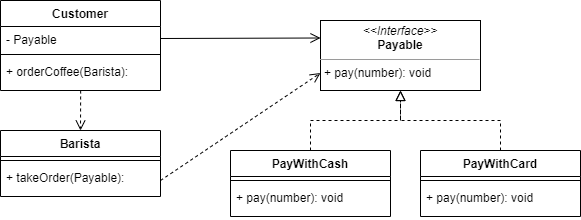
The draw.io diagram assets/step3.drawio.png in kimdev0206/object-oriented-cafe, before a commit. Source tidied: cells renumbered, new cells last; positions are measured from the earlier drawing's top-left corner, leaving out a move shared by most shapes. Source of this version:
```xml
<mxGraphModel>
  <root>
    <mxCell id="0" />
    <mxCell id="1" parent="0" />
    <mxCell id="2" value="Customer" style="swimlane;fontStyle=1;align=center;verticalAlign=top;horizontal=1;startSize=26;" parent="1" vertex="1">
      <mxGeometry width="160" height="90" as="geometry" />
    </mxCell>
    <mxCell id="3" value="- Payable" style="text;strokeColor=none;fillColor=none;align=left;verticalAlign=top;spacingLeft=4;spacingRight=4;overflow=hidden;points=[[0,0.5],[1,0.5]];portConstraint=eastwest;" parent="2" vertex="1">
      <mxGeometry y="26" width="160" height="24" as="geometry" />
    </mxCell>
    <mxCell id="4" style="line;strokeWidth=1;fillColor=none;align=left;verticalAlign=middle;spacingTop=-1;spacingLeft=3;spacingRight=3;labelPosition=right;strokeColor=inherit;" parent="2" vertex="1">
      <mxGeometry y="50" width="160" height="8" as="geometry" />
    </mxCell>
    <mxCell id="5" value="+ orderCoffee(Barista):&#10;" style="text;strokeColor=none;fillColor=none;align=left;verticalAlign=top;spacingLeft=4;spacingRight=4;overflow=hidden;points=[[0,0.5],[1,0.5]];portConstraint=eastwest;" parent="2" vertex="1">
      <mxGeometry y="58" width="160" height="32" as="geometry" />
    </mxCell>
    <mxCell id="6" style="endArrow=block;startArrow=none;endFill=0;startFill=0;endSize=8;html=1;verticalAlign=bottom;labelBackgroundColor=none;exitX=0.5;exitY=0;exitDx=0;exitDy=0;entryX=0.5;entryY=1;entryDx=0;entryDy=0;edgeStyle=orthogonalEdgeStyle;rounded=0;dashed=1;" parent="1" edge="1" source="16" target="15">
      <mxGeometry relative="1" as="geometry" />
    </mxCell>
    <mxCell id="7" value="Barista" style="swimlane;fontStyle=1;align=center;verticalAlign=top;horizontal=1;startSize=26;" parent="1" vertex="1">
      <mxGeometry y="130" width="160" height="66" as="geometry" />
    </mxCell>
    <mxCell id="8" style="line;strokeWidth=1;fillColor=none;align=left;verticalAlign=middle;spacingTop=-1;spacingLeft=3;spacingRight=3;labelPosition=right;strokeColor=inherit;" parent="7" vertex="1">
      <mxGeometry y="26" width="160" height="8" as="geometry" />
    </mxCell>
    <mxCell id="9" value="+ takeOrder(Payable):&#10;" style="text;strokeColor=none;fillColor=none;align=left;verticalAlign=top;spacingLeft=4;spacingRight=4;overflow=hidden;points=[[0,0.5],[1,0.5]];portConstraint=eastwest;" parent="7" vertex="1">
      <mxGeometry y="34" width="160" height="32" as="geometry" />
    </mxCell>
    <mxCell id="10" style="endArrow=block;startArrow=none;endFill=0;startFill=0;endSize=8;html=1;verticalAlign=bottom;labelBackgroundColor=none;entryX=0.5;entryY=1;entryDx=0;entryDy=0;edgeStyle=orthogonalEdgeStyle;rounded=0;dashed=1;exitX=0.5;exitY=0;exitDx=0;exitDy=0;" parent="1" edge="1" source="12" target="15">
      <mxGeometry relative="1" as="geometry" />
    </mxCell>
    <mxCell id="11" style="endArrow=open;startArrow=none;endFill=0;startFill=0;endSize=8;html=1;verticalAlign=bottom;labelBackgroundColor=none;entryX=0.5;entryY=0;entryDx=0;entryDy=0;rounded=0;dashed=1;exitX=0.501;exitY=1;exitDx=0;exitDy=0;exitPerimeter=0;" parent="1" edge="1" source="5" target="7">
      <mxGeometry relative="1" as="geometry" />
    </mxCell>
    <mxCell id="12" value="PayWithCash" style="swimlane;fontStyle=1;align=center;verticalAlign=top;horizontal=1;startSize=26;" parent="1" vertex="1">
      <mxGeometry x="230" y="150" width="160" height="66" as="geometry" />
    </mxCell>
    <mxCell id="13" style="line;strokeWidth=1;fillColor=none;align=left;verticalAlign=middle;spacingTop=-1;spacingLeft=3;spacingRight=3;labelPosition=right;strokeColor=inherit;" parent="12" vertex="1">
      <mxGeometry y="26" width="160" height="8" as="geometry" />
    </mxCell>
    <mxCell id="14" value="+ pay(number): void&#10;" style="text;strokeColor=none;fillColor=none;align=left;verticalAlign=top;spacingLeft=4;spacingRight=4;overflow=hidden;" parent="12" vertex="1">
      <mxGeometry y="34" width="160" height="32" as="geometry" />
    </mxCell>
    <mxCell id="15" value="&lt;p style=&quot;margin:0px;margin-top:4px;text-align:center;&quot;&gt;&lt;i&gt;&amp;lt;&amp;lt;Interface&amp;gt;&amp;gt;&lt;/i&gt;&lt;br&gt;&lt;b&gt;Payable&lt;/b&gt;&lt;/p&gt;&lt;hr size=&quot;1&quot;&gt;&lt;p style=&quot;margin:0px;margin-left:4px;&quot;&gt;&lt;span style=&quot;background-color: initial;&quot;&gt;+ pay(number): void&lt;/span&gt;&lt;/p&gt;" style="verticalAlign=top;align=left;overflow=fill;fontSize=12;fontFamily=Helvetica;html=1;" parent="1" vertex="1">
      <mxGeometry x="320" y="20" width="160" height="70" as="geometry" />
    </mxCell>
    <mxCell id="16" value="PayWithCard&#10;" style="swimlane;fontStyle=1;align=center;verticalAlign=top;horizontal=1;startSize=26;" parent="1" vertex="1">
      <mxGeometry x="420" y="150" width="160" height="66" as="geometry" />
    </mxCell>
    <mxCell id="17" style="line;strokeWidth=1;fillColor=none;align=left;verticalAlign=middle;spacingTop=-1;spacingLeft=3;spacingRight=3;labelPosition=right;strokeColor=inherit;" parent="16" vertex="1">
      <mxGeometry y="26" width="160" height="8" as="geometry" />
    </mxCell>
    <mxCell id="18" value="+ pay(number): void&#10;" style="text;strokeColor=none;fillColor=none;align=left;verticalAlign=top;spacingLeft=4;spacingRight=4;overflow=hidden;" parent="16" vertex="1">
      <mxGeometry y="34" width="160" height="32" as="geometry" />
    </mxCell>
    <mxCell id="19" style="endArrow=open;startArrow=none;endFill=0;startFill=0;endSize=8;html=1;verticalAlign=bottom;labelBackgroundColor=none;entryX=0;entryY=0.75;entryDx=0;entryDy=0;rounded=0;dashed=1;exitX=1;exitY=0.5;exitDx=0;exitDy=0;" parent="1" edge="1" source="9" target="15">
      <mxGeometry relative="1" as="geometry" />
    </mxCell>
    <mxCell id="20" style="endArrow=open;startArrow=none;endFill=0;startFill=0;endSize=8;html=1;verticalAlign=bottom;labelBackgroundColor=none;entryX=0;entryY=0.25;entryDx=0;entryDy=0;rounded=0;exitX=1;exitY=0.5;exitDx=0;exitDy=0;" parent="1" edge="1" source="3" target="15">
      <mxGeometry relative="1" as="geometry" />
    </mxCell>
  </root>
</mxGraphModel>
```
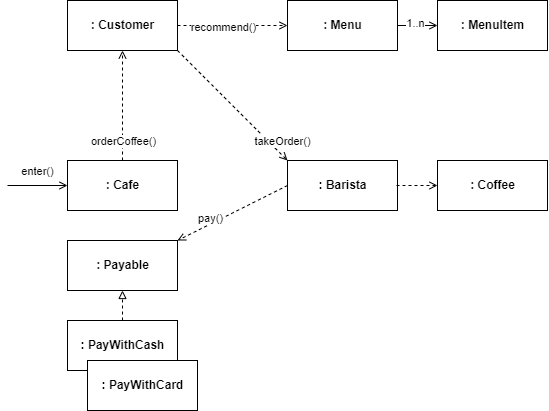
Above is the later version.

Commit message:
:memo: 다이어그램 추가

The edit, as a diff of the source:
```diff
@@ -2,62 +2,91 @@
   <root>
     <mxCell id="0" />
     <mxCell id="1" parent="0" />
-    <mxCell id="2" value="Customer" style="swimlane;fontStyle=1;align=center;verticalAlign=top;horizontal=1;startSize=26;" parent="1" vertex="1">
-      <mxGeometry width="160" height="90" as="geometry" />
-    </mxCell>
-    <mxCell id="3" value="- Payable" style="text;strokeColor=none;fillColor=none;align=left;verticalAlign=top;spacingLeft=4;spacingRight=4;overflow=hidden;points=[[0,0.5],[1,0.5]];portConstraint=eastwest;" parent="2" vertex="1">
-      <mxGeometry y="26" width="160" height="24" as="geometry" />
-    </mxCell>
-    <mxCell id="4" style="line;strokeWidth=1;fillColor=none;align=left;verticalAlign=middle;spacingTop=-1;spacingLeft=3;spacingRight=3;labelPosition=right;strokeColor=inherit;" parent="2" vertex="1">
-      <mxGeometry y="50" width="160" height="8" as="geometry" />
-    </mxCell>
-    <mxCell id="5" value="+ orderCoffee(Barista):&#10;" style="text;strokeColor=none;fillColor=none;align=left;verticalAlign=top;spacingLeft=4;spacingRight=4;overflow=hidden;points=[[0,0.5],[1,0.5]];portConstraint=eastwest;" parent="2" vertex="1">
-      <mxGeometry y="58" width="160" height="32" as="geometry" />
-    </mxCell>
-    <mxCell id="6" style="endArrow=block;startArrow=none;endFill=0;startFill=0;endSize=8;html=1;verticalAlign=bottom;labelBackgroundColor=none;exitX=0.5;exitY=0;exitDx=0;exitDy=0;entryX=0.5;entryY=1;entryDx=0;entryDy=0;edgeStyle=orthogonalEdgeStyle;rounded=0;dashed=1;" parent="1" edge="1" source="16" target="15">
-      <mxGeometry relative="1" as="geometry" />
-    </mxCell>
-    <mxCell id="7" value="Barista" style="swimlane;fontStyle=1;align=center;verticalAlign=top;horizontal=1;startSize=26;" parent="1" vertex="1">
-      <mxGeometry y="130" width="160" height="66" as="geometry" />
-    </mxCell>
-    <mxCell id="8" style="line;strokeWidth=1;fillColor=none;align=left;verticalAlign=middle;spacingTop=-1;spacingLeft=3;spacingRight=3;labelPosition=right;strokeColor=inherit;" parent="7" vertex="1">
-      <mxGeometry y="26" width="160" height="8" as="geometry" />
-    </mxCell>
-    <mxCell id="9" value="+ takeOrder(Payable):&#10;" style="text;strokeColor=none;fillColor=none;align=left;verticalAlign=top;spacingLeft=4;spacingRight=4;overflow=hidden;points=[[0,0.5],[1,0.5]];portConstraint=eastwest;" parent="7" vertex="1">
-      <mxGeometry y="34" width="160" height="32" as="geometry" />
-    </mxCell>
-    <mxCell id="10" style="endArrow=block;startArrow=none;endFill=0;startFill=0;endSize=8;html=1;verticalAlign=bottom;labelBackgroundColor=none;entryX=0.5;entryY=1;entryDx=0;entryDy=0;edgeStyle=orthogonalEdgeStyle;rounded=0;dashed=1;exitX=0.5;exitY=0;exitDx=0;exitDy=0;" parent="1" edge="1" source="12" target="15">
-      <mxGeometry relative="1" as="geometry" />
-    </mxCell>
-    <mxCell id="11" style="endArrow=open;startArrow=none;endFill=0;startFill=0;endSize=8;html=1;verticalAlign=bottom;labelBackgroundColor=none;entryX=0.5;entryY=0;entryDx=0;entryDy=0;rounded=0;dashed=1;exitX=0.501;exitY=1;exitDx=0;exitDy=0;exitPerimeter=0;" parent="1" edge="1" source="5" target="7">
-      <mxGeometry relative="1" as="geometry" />
-    </mxCell>
-    <mxCell id="12" value="PayWithCash" style="swimlane;fontStyle=1;align=center;verticalAlign=top;horizontal=1;startSize=26;" parent="1" vertex="1">
-      <mxGeometry x="230" y="150" width="160" height="66" as="geometry" />
-    </mxCell>
-    <mxCell id="13" style="line;strokeWidth=1;fillColor=none;align=left;verticalAlign=middle;spacingTop=-1;spacingLeft=3;spacingRight=3;labelPosition=right;strokeColor=inherit;" parent="12" vertex="1">
-      <mxGeometry y="26" width="160" height="8" as="geometry" />
-    </mxCell>
-    <mxCell id="14" value="+ pay(number): void&#10;" style="text;strokeColor=none;fillColor=none;align=left;verticalAlign=top;spacingLeft=4;spacingRight=4;overflow=hidden;" parent="12" vertex="1">
-      <mxGeometry y="34" width="160" height="32" as="geometry" />
-    </mxCell>
-    <mxCell id="15" value="&lt;p style=&quot;margin:0px;margin-top:4px;text-align:center;&quot;&gt;&lt;i&gt;&amp;lt;&amp;lt;Interface&amp;gt;&amp;gt;&lt;/i&gt;&lt;br&gt;&lt;b&gt;Payable&lt;/b&gt;&lt;/p&gt;&lt;hr size=&quot;1&quot;&gt;&lt;p style=&quot;margin:0px;margin-left:4px;&quot;&gt;&lt;span style=&quot;background-color: initial;&quot;&gt;+ pay(number): void&lt;/span&gt;&lt;/p&gt;" style="verticalAlign=top;align=left;overflow=fill;fontSize=12;fontFamily=Helvetica;html=1;" parent="1" vertex="1">
-      <mxGeometry x="320" y="20" width="160" height="70" as="geometry" />
-    </mxCell>
-    <mxCell id="16" value="PayWithCard&#10;" style="swimlane;fontStyle=1;align=center;verticalAlign=top;horizontal=1;startSize=26;" parent="1" vertex="1">
-      <mxGeometry x="420" y="150" width="160" height="66" as="geometry" />
-    </mxCell>
-    <mxCell id="17" style="line;strokeWidth=1;fillColor=none;align=left;verticalAlign=middle;spacingTop=-1;spacingLeft=3;spacingRight=3;labelPosition=right;strokeColor=inherit;" parent="16" vertex="1">
-      <mxGeometry y="26" width="160" height="8" as="geometry" />
-    </mxCell>
-    <mxCell id="18" value="+ pay(number): void&#10;" style="text;strokeColor=none;fillColor=none;align=left;verticalAlign=top;spacingLeft=4;spacingRight=4;overflow=hidden;" parent="16" vertex="1">
-      <mxGeometry y="34" width="160" height="32" as="geometry" />
-    </mxCell>
-    <mxCell id="19" style="endArrow=open;startArrow=none;endFill=0;startFill=0;endSize=8;html=1;verticalAlign=bottom;labelBackgroundColor=none;entryX=0;entryY=0.75;entryDx=0;entryDy=0;rounded=0;dashed=1;exitX=1;exitY=0.5;exitDx=0;exitDy=0;" parent="1" edge="1" source="9" target="15">
-      <mxGeometry relative="1" as="geometry" />
-    </mxCell>
-    <mxCell id="20" style="endArrow=open;startArrow=none;endFill=0;startFill=0;endSize=8;html=1;verticalAlign=bottom;labelBackgroundColor=none;entryX=0;entryY=0.25;entryDx=0;entryDy=0;rounded=0;exitX=1;exitY=0.5;exitDx=0;exitDy=0;" parent="1" edge="1" source="3" target="15">
-      <mxGeometry relative="1" as="geometry" />
-    </mxCell>
+    <mxCell id="21" style="edgeStyle=none;html=1;exitX=0.5;exitY=0;exitDx=0;exitDy=0;entryX=0.5;entryY=1;entryDx=0;entryDy=0;endArrow=open;endFill=0;dashed=1;" parent="1" edge="1" source="22" target="24">
+      <mxGeometry relative="1" as="geometry" />
+    </mxCell>
+    <mxCell id="22" value="&lt;b&gt;: Cafe&lt;/b&gt;" style="html=1;" parent="1" vertex="1">
+      <mxGeometry x="10" y="290" width="110" height="50" as="geometry" />
+    </mxCell>
+    <mxCell id="23" style="edgeStyle=none;html=1;exitX=1;exitY=1;exitDx=0;exitDy=0;entryX=0;entryY=0;entryDx=0;entryDy=0;dashed=1;endArrow=open;endFill=0;" parent="1" edge="1" source="24" target="26">
+      <mxGeometry relative="1" as="geometry" />
+    </mxCell>
+    <mxCell id="24" value="&lt;b&gt;: Customer&lt;/b&gt;" style="html=1;" parent="1" vertex="1">
+      <mxGeometry x="10" y="130" width="110" height="50" as="geometry" />
+    </mxCell>
+    <mxCell id="25" style="edgeStyle=none;html=1;exitX=0;exitY=0.5;exitDx=0;exitDy=0;dashed=1;endArrow=open;endFill=0;entryX=1;entryY=0;entryDx=0;entryDy=0;" parent="1" edge="1" source="26" target="40">
+      <mxGeometry relative="1" as="geometry" />
+    </mxCell>
+    <mxCell id="26" value="&lt;b&gt;: Barista&lt;/b&gt;" style="html=1;" parent="1" vertex="1">
+      <mxGeometry x="230" y="290" width="110" height="50" as="geometry" />
+    </mxCell>
+    <mxCell id="27" value="orderCoffee()" style="edgeLabel;html=1;align=center;verticalAlign=middle;" parent="1" vertex="1">
+      <mxGeometry x="65" y="270" as="geometry" />
+    </mxCell>
+    <mxCell id="28" value="&lt;b&gt;: Menu&lt;/b&gt;" style="html=1;" parent="1" vertex="1">
+      <mxGeometry x="230" y="130" width="110" height="50" as="geometry" />
+    </mxCell>
+    <mxCell id="29" value="takeOrder()" style="edgeLabel;html=1;align=center;verticalAlign=middle;" parent="1" vertex="1">
+      <mxGeometry x="180" y="240" as="geometry">
+        <mxPoint x="44" y="30" as="offset" />
+      </mxGeometry>
+    </mxCell>
+    <mxCell id="30" style="edgeStyle=none;html=1;exitX=1;exitY=0.5;exitDx=0;exitDy=0;entryX=0;entryY=0.5;entryDx=0;entryDy=0;dashed=1;endArrow=open;endFill=0;" parent="1" edge="1" source="24" target="28">
+      <mxGeometry relative="1" as="geometry" />
+    </mxCell>
+    <mxCell id="31" value="recommend()" style="edgeLabel;html=1;align=center;verticalAlign=middle;" parent="1" vertex="1">
+      <mxGeometry x="180" y="140" as="geometry">
+        <mxPoint x="-15" y="16" as="offset" />
+      </mxGeometry>
+    </mxCell>
+    <mxCell id="32" style="edgeStyle=none;html=1;entryX=0;entryY=0.5;entryDx=0;entryDy=0;endArrow=open;endFill=0;" parent="1" edge="1">
+      <mxGeometry relative="1" as="geometry">
+        <mxPoint x="-50" y="315" as="sourcePoint" />
+        <mxPoint x="10" y="315" as="targetPoint" />
+      </mxGeometry>
+    </mxCell>
+    <mxCell id="33" value="enter()" style="edgeLabel;html=1;align=center;verticalAlign=middle;" parent="32" vertex="1">
+      <mxGeometry x="0.27" y="-2" relative="1" as="geometry">
+        <mxPoint x="-8" y="-17" as="offset" />
+      </mxGeometry>
+    </mxCell>
+    <mxCell id="34" style="edgeStyle=none;html=1;exitX=1;exitY=0.5;exitDx=0;exitDy=0;endArrow=open;endFill=0;" parent="1" edge="1" target="35">
+      <mxGeometry relative="1" as="geometry">
+        <mxPoint x="340" y="155" as="sourcePoint" />
+      </mxGeometry>
+    </mxCell>
+    <mxCell id="35" value="&lt;b&gt;: MenuItem&lt;/b&gt;" style="html=1;" parent="1" vertex="1">
+      <mxGeometry x="380" y="130" width="110" height="50" as="geometry" />
+    </mxCell>
+    <mxCell id="36" value="pay()" style="edgeLabel;html=1;align=center;verticalAlign=middle;" parent="1" vertex="1">
+      <mxGeometry x="130" y="190" as="geometry">
+        <mxPoint x="22" y="157" as="offset" />
+      </mxGeometry>
+    </mxCell>
+    <mxCell id="37" value="1..n" style="edgeLabel;html=1;align=center;verticalAlign=middle;" parent="1" vertex="1">
+      <mxGeometry x="360" y="50" as="geometry">
+        <mxPoint x="-3" y="102" as="offset" />
+      </mxGeometry>
+    </mxCell>
+    <mxCell id="38" style="edgeStyle=none;html=1;endArrow=open;endFill=0;dashed=1;" parent="1" edge="1" target="39">
+      <mxGeometry relative="1" as="geometry">
+        <mxPoint x="339" y="315" as="sourcePoint" />
+      </mxGeometry>
+    </mxCell>
+    <mxCell id="39" value="&lt;b&gt;: Coffee&lt;/b&gt;" style="html=1;" parent="1" vertex="1">
+      <mxGeometry x="380" y="290" width="110" height="50" as="geometry" />
+    </mxCell>
+    <mxCell id="40" value="&lt;b&gt;: Payable&lt;/b&gt;" style="html=1;" parent="1" vertex="1">
+      <mxGeometry x="10" y="370" width="110" height="50" as="geometry" />
+    </mxCell>
+    <mxCell id="41" style="edgeStyle=none;html=1;exitX=0.5;exitY=0;exitDx=0;exitDy=0;entryX=0.5;entryY=1;entryDx=0;entryDy=0;endArrow=block;endFill=0;dashed=1;" parent="1" edge="1" source="42" target="40">
+      <mxGeometry relative="1" as="geometry" />
+    </mxCell>
+    <mxCell id="42" value="&lt;b&gt;: PayWithCash&lt;/b&gt;" style="html=1;" parent="1" vertex="1">
+      <mxGeometry x="10" y="450" width="110" height="50" as="geometry" />
+    </mxCell>
+    <mxCell id="43" value="&lt;b&gt;: PayWithCard&lt;/b&gt;" style="html=1;" parent="1" vertex="1">
+      <mxGeometry x="30" y="490" width="110" height="50" as="geometry" />
+    </mxCell>
   </root>
 </mxGraphModel>
```
